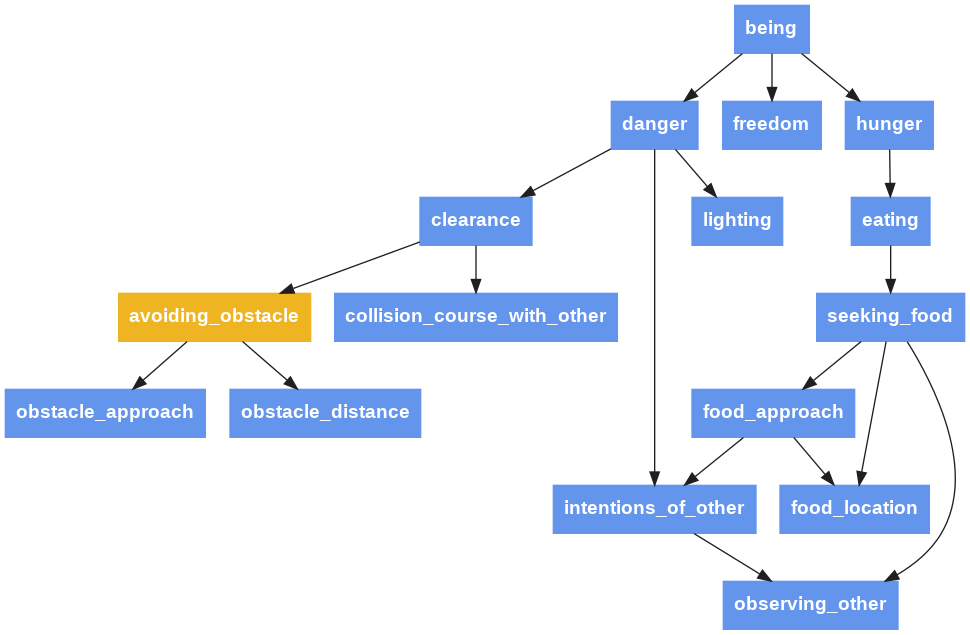
Earlier version of the Graphviz export gm_tree.png (jfcloutier/andy_world). Its source is kept beside it as gm_tree.dot.
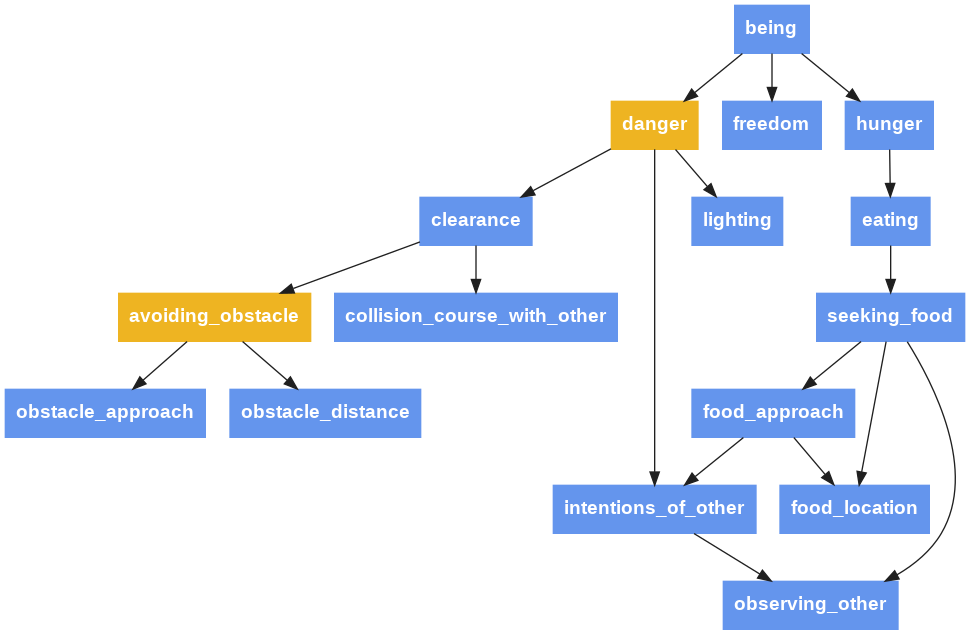
After the commit.

Diff of the diagram source:
```diff
@@ -4,7 +4,7 @@
   v1 [label="being",fontname="helvetica bold",style="filled",fillcolor="cornflowerblue",color="cornflowerblue",fontcolor="white",shape="box"]
   v2 [label="clearance",fontname="helvetica bold",style="filled",fillcolor="cornflowerblue",color="cornflowerblue",fontcolor="white",shape="box"]
   v3 [label="collision_course_with_other",fontname="helvetica bold",style="filled",fillcolor="cornflowerblue",color="cornflowerblue",fontcolor="white",shape="box"]
-  v4 [label="danger",fontname="helvetica bold",style="filled",fillcolor="cornflowerblue",color="cornflowerblue",fontcolor="white",shape="box"]
+  v4 [label="danger",fontname="helvetica bold",style="filled",fillcolor="goldenrod2",color="goldenrod2",fontcolor="white",shape="box"]
   v5 [label="eating",fontname="helvetica bold",style="filled",fillcolor="cornflowerblue",color="cornflowerblue",fontcolor="white",shape="box"]
   v6 [label="food_approach",fontname="helvetica bold",style="filled",fillcolor="cornflowerblue",color="cornflowerblue",fontcolor="white",shape="box"]
   v7 [label="freedom",fontname="helvetica bold",style="filled",fillcolor="cornflowerblue",color="cornflowerblue",fontcolor="white",shape="box"]
```
